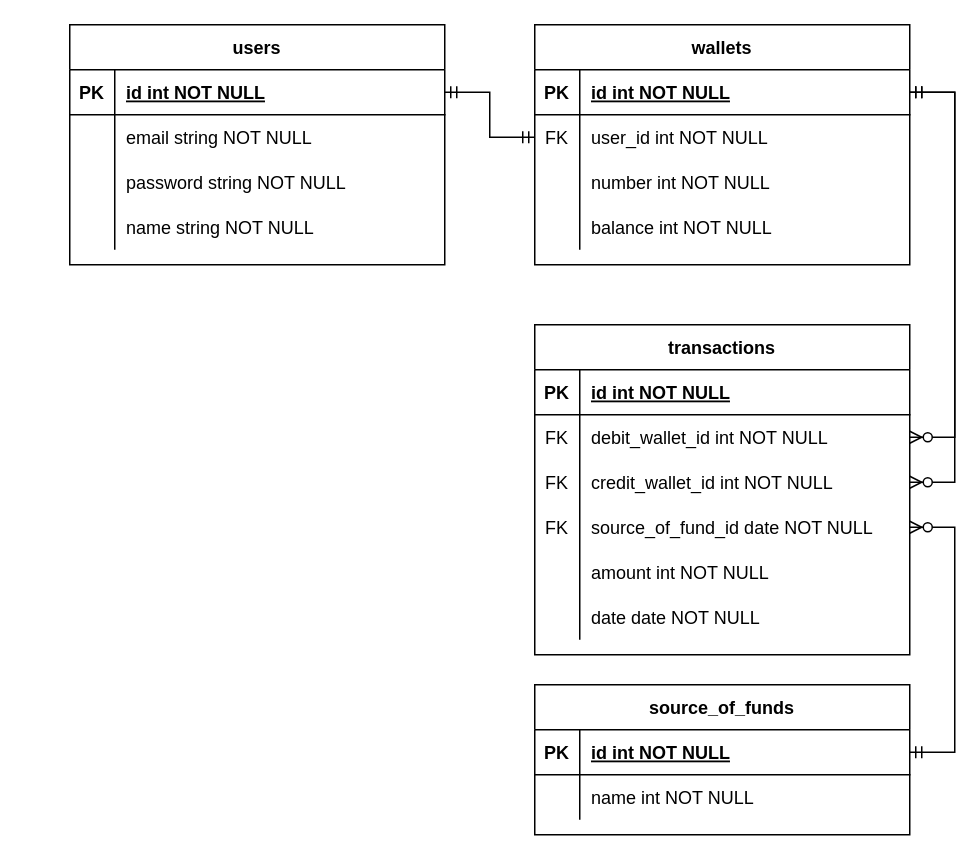
Before: wallet.drawio in azmiadhani/diagramsnet, a draw.io diagram. Source tidied: cells renumbered, new cells numbered last; positions are measured from the earlier drawing's top-left corner, leaving out a move shared by most shapes. Both pictures are drawn from the tidied source at 150%, with x=0, y=0 at pixel (69, 24).
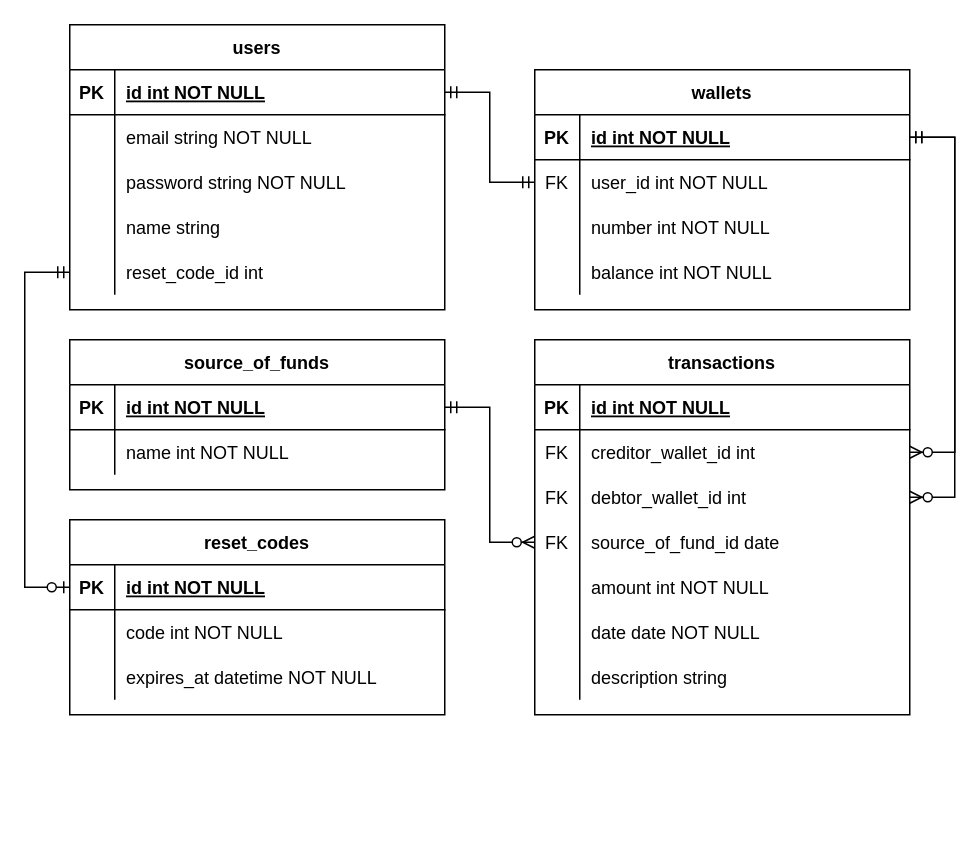
Above is the later version.

The change refers to these unchanged cells:
```xml
<mxCell id="3" style="shape=partialRectangle;fillColor=none;points=[[0,0.5],[1,0.5]];portConstraint=eastwest;top=0;left=0;right=0;bottom=1;" parent="2" vertex="1">
  <mxGeometry y="30" width="250" height="30" as="geometry" />
</mxCell>
<mxCell id="19" style="shape=partialRectangle;fillColor=none;points=[[0,0.5],[1,0.5]];portConstraint=eastwest;top=0;left=0;right=0;bottom=0;" parent="15" vertex="1">
  <mxGeometry y="60" width="250" height="30" as="geometry" />
</mxCell>
<mxCell id="22" style="shape=partialRectangle;fillColor=none;points=[[0,0.5],[1,0.5]];portConstraint=eastwest;top=0;left=0;right=0;bottom=0;" parent="15" vertex="1">
  <mxGeometry y="90" width="250" height="30" as="geometry" />
</mxCell>
<mxCell id="25" style="shape=partialRectangle;fillColor=none;points=[[0,0.5],[1,0.5]];portConstraint=eastwest;top=0;left=0;right=0;bottom=0;" parent="15" vertex="1">
  <mxGeometry y="120" width="250" height="30" as="geometry" />
</mxCell>
<mxCell id="44" style="shape=partialRectangle;fillColor=none;top=0;left=0;right=0;bottom=0;" parent="34" vertex="1">
  <mxGeometry y="120" width="250" height="30" as="geometry" />
</mxCell>
```

What changed in the source:
```diff
@@
     <mxCell id="2" value="wallets" style="shape=table;startSize=30;childLayout=tableLayout;rowLines=0;fontStyle=1;align=center;" parent="1" vertex="1">
-      <mxGeometry x="310" width="250" height="160" as="geometry" />
+      <mxGeometry x="310" y="30" width="250" height="160" as="geometry" />
     </mxCell>
@@
     <mxCell id="15" value="transactions" style="shape=table;startSize=30;childLayout=tableLayout;rowLines=0;fontStyle=1;align=center;" parent="1" vertex="1">
-      <mxGeometry x="310" y="200" width="250" height="220" as="geometry" />
+      <mxGeometry x="310" y="210" width="250" height="250" as="geometry" />
     </mxCell>
@@
-    <mxCell id="21" value="debit_wallet_id int NOT NULL" style="shape=partialRectangle;overflow=hidden;fillColor=none;top=0;left=0;bottom=0;right=0;align=left;spacingLeft=6;" parent="19" vertex="1">
+    <mxCell id="21" value="creditor_wallet_id int" style="shape=partialRectangle;overflow=hidden;fillColor=none;top=0;left=0;bottom=0;right=0;align=left;spacingLeft=6;" parent="19" vertex="1">
       <mxGeometry x="30" width="220" height="30" as="geometry" />
     </mxCell>
@@
-    <mxCell id="24" value="credit_wallet_id int NOT NULL" style="shape=partialRectangle;overflow=hidden;fillColor=none;top=0;left=0;bottom=0;right=0;align=left;spacingLeft=6;" parent="22" vertex="1">
+    <mxCell id="24" value="debtor_wallet_id int " style="shape=partialRectangle;overflow=hidden;fillColor=none;top=0;left=0;bottom=0;right=0;align=left;spacingLeft=6;" parent="22" vertex="1">
       <mxGeometry x="30" width="220" height="30" as="geometry" />
     </mxCell>
@@
-    <mxCell id="27" value="source_of_fund_id date NOT NULL" style="shape=partialRectangle;overflow=hidden;fillColor=none;top=0;left=0;bottom=0;right=0;align=left;spacingLeft=6;" parent="25" vertex="1">
+    <mxCell id="27" value="source_of_fund_id date " style="shape=partialRectangle;overflow=hidden;fillColor=none;top=0;left=0;bottom=0;right=0;align=left;spacingLeft=6;" parent="25" vertex="1">
       <mxGeometry x="30" width="220" height="30" as="geometry" />
     </mxCell>
@@
+    <mxCell id="58" style="shape=partialRectangle;fillColor=none;top=0;left=0;right=0;bottom=0;" parent="15" vertex="1">
+      <mxGeometry y="210" width="250" height="30" as="geometry" />
+    </mxCell>
+    <mxCell id="59" style="shape=partialRectangle;overflow=hidden;fillColor=none;top=0;left=0;bottom=0;right=0;" parent="58" vertex="1">
+      <mxGeometry width="30" height="30" as="geometry" />
+    </mxCell>
+    <mxCell id="60" value="description string" style="shape=partialRectangle;overflow=hidden;fillColor=none;top=0;left=0;bottom=0;right=0;align=left;spacingLeft=6;" parent="58" vertex="1">
+      <mxGeometry x="30" width="220" height="30" as="geometry" />
+    </mxCell>
     <mxCell id="34" value="users" style="shape=table;startSize=30;childLayout=tableLayout;rowLines=0;fontStyle=1;align=center;" parent="1" vertex="1">
-      <mxGeometry width="250" height="160" as="geometry" />
+      <mxGeometry width="250" height="190" as="geometry" />
     </mxCell>
@@
-    <mxCell id="46" value="name string NOT NULL" style="shape=partialRectangle;overflow=hidden;fillColor=none;top=0;left=0;bottom=0;right=0;align=left;spacingLeft=6;" parent="44" vertex="1">
+    <mxCell id="46" value="name string" style="shape=partialRectangle;overflow=hidden;fillColor=none;top=0;left=0;bottom=0;right=0;align=left;spacingLeft=6;" parent="44" vertex="1">
       <mxGeometry x="30" width="220" height="30" as="geometry" />
     </mxCell>
+    <mxCell id="61" style="shape=partialRectangle;fillColor=none;points=[[0,0.5],[1,0.5]];portConstraint=eastwest;top=0;left=0;right=0;bottom=0;" parent="34" vertex="1">
+      <mxGeometry y="150" width="250" height="30" as="geometry" />
+    </mxCell>
+    <mxCell id="62" style="shape=partialRectangle;overflow=hidden;fillColor=none;top=0;left=0;bottom=0;right=0;" parent="61" vertex="1">
+      <mxGeometry width="30" height="30" as="geometry" />
+    </mxCell>
+    <mxCell id="63" value="reset_code_id int" style="shape=partialRectangle;overflow=hidden;fillColor=none;top=0;left=0;bottom=0;right=0;align=left;spacingLeft=6;" parent="61" vertex="1">
+      <mxGeometry x="30" width="220" height="30" as="geometry" />
+    </mxCell>
@@
-    <mxCell id="49" style="edgeStyle=entityRelationEdgeStyle;fontSize=12;html=1;endArrow=ERzeroToMany;startArrow=ERmandOne;rounded=0;" parent="1" edge="1" source="3" target="22">
-      <mxGeometry relative="1" as="geometry" />
+    <mxCell id="49" style="edgeStyle=elbowEdgeStyle;fontSize=12;html=1;endArrow=ERzeroToMany;startArrow=ERmandOne;rounded=0;" parent="1" edge="1" source="3" target="22">
+      <mxGeometry relative="1" as="geometry">
+        <Array as="points">
+          <mxPoint x="590" y="190" />
+        </Array>
+      </mxGeometry>
     </mxCell>
     <mxCell id="50" value="source_of_funds" style="shape=table;startSize=30;childLayout=tableLayout;rowLines=0;fontStyle=1;align=center;" parent="1" vertex="1">
-      <mxGeometry x="310" y="440" width="250" height="100" as="geometry" />
+      <mxGeometry y="210" width="250" height="100" as="geometry" />
     </mxCell>
@@
+    <mxCell id="64" value="reset_codes" style="shape=table;startSize=30;childLayout=tableLayout;rowLines=0;fontStyle=1;align=center;" parent="1" vertex="1">
+      <mxGeometry y="330" width="250" height="130" as="geometry" />
+    </mxCell>
+    <mxCell id="65" style="shape=partialRectangle;fillColor=none;points=[[0,0.5],[1,0.5]];portConstraint=eastwest;top=0;left=0;right=0;bottom=1;" parent="64" vertex="1">
+      <mxGeometry y="30" width="250" height="30" as="geometry" />
+    </mxCell>
+    <mxCell id="66" value="PK" style="shape=partialRectangle;overflow=hidden;fillColor=none;top=0;left=0;bottom=0;right=0;fontStyle=1;" parent="65" vertex="1">
+      <mxGeometry width="30" height="30" as="geometry" />
+    </mxCell>
+    <mxCell id="67" value="id int NOT NULL " style="shape=partialRectangle;overflow=hidden;fillColor=none;top=0;left=0;bottom=0;right=0;align=left;spacingLeft=6;fontStyle=5;" parent="65" vertex="1">
+      <mxGeometry x="30" width="220" height="30" as="geometry" />
+    </mxCell>
+    <mxCell id="68" style="shape=partialRectangle;fillColor=none;top=0;left=0;right=0;bottom=0;" parent="64" vertex="1">
+      <mxGeometry y="60" width="250" height="30" as="geometry" />
+    </mxCell>
+    <mxCell id="69" style="shape=partialRectangle;overflow=hidden;fillColor=none;top=0;left=0;bottom=0;right=0;" parent="68" vertex="1">
+      <mxGeometry width="30" height="30" as="geometry" />
+    </mxCell>
+    <mxCell id="70" value="code int NOT NULL" style="shape=partialRectangle;overflow=hidden;fillColor=none;top=0;left=0;bottom=0;right=0;align=left;spacingLeft=6;" parent="68" vertex="1">
+      <mxGeometry x="30" width="220" height="30" as="geometry" />
+    </mxCell>
+    <mxCell id="71" style="shape=partialRectangle;fillColor=none;top=0;left=0;right=0;bottom=0;" parent="64" vertex="1">
+      <mxGeometry y="90" width="250" height="30" as="geometry" />
+    </mxCell>
+    <mxCell id="72" style="shape=partialRectangle;overflow=hidden;fillColor=none;top=0;left=0;bottom=0;right=0;" parent="71" vertex="1">
+      <mxGeometry width="30" height="30" as="geometry" />
+    </mxCell>
+    <mxCell id="73" value="expires_at datetime NOT NULL" style="shape=partialRectangle;overflow=hidden;fillColor=none;top=0;left=0;bottom=0;right=0;align=left;spacingLeft=6;" parent="71" vertex="1">
+      <mxGeometry x="30" width="220" height="30" as="geometry" />
+    </mxCell>
+    <mxCell id="74" style="edgeStyle=elbowEdgeStyle;fontSize=12;html=1;endArrow=ERzeroToOne;startArrow=ERmandOne;rounded=0;" parent="1" edge="1" source="61" target="65">
+      <mxGeometry relative="1" as="geometry">
+        <Array as="points">
+          <mxPoint x="-30" y="280" />
+        </Array>
+      </mxGeometry>
+    </mxCell>
```
